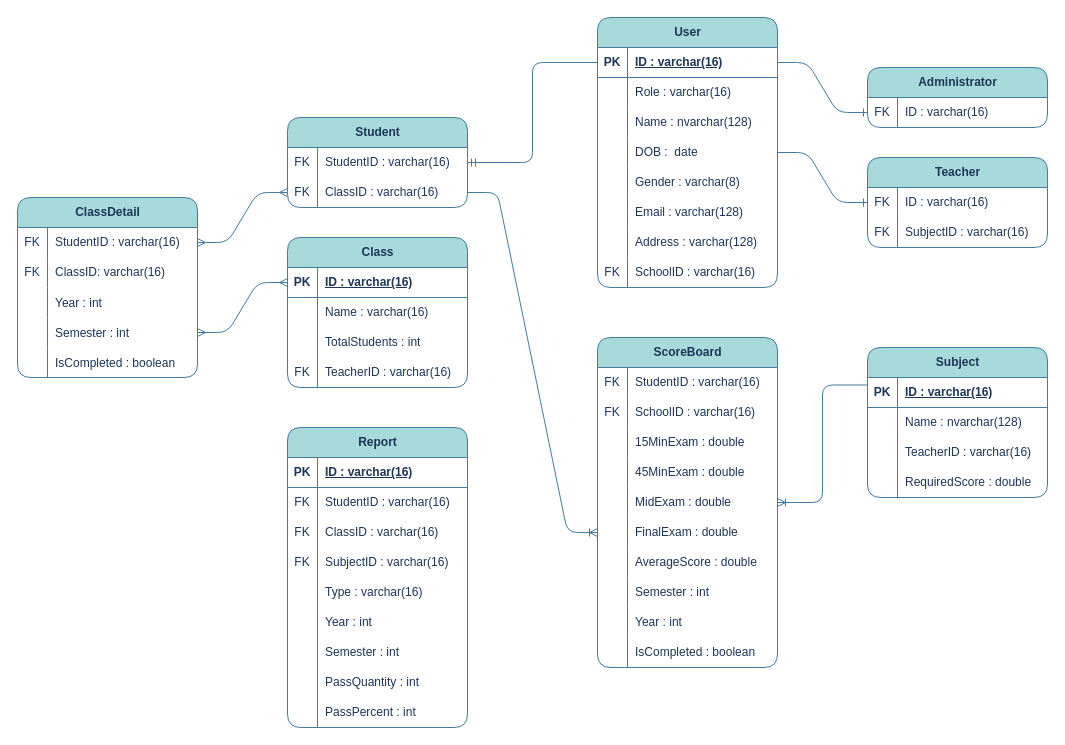
duongtanton/TKPM keeps this draw.io diagram as documentations/database_diagram.drawio. Above is the earlier version. Source tidied: cells renumbered, new cells numbered last; positions are measured from the earlier drawing's top-left corner, leaving out a move shared by most shapes. Both pictures are drawn from the tidied source at 100%, with x=0, y=0 at pixel (17, 17).
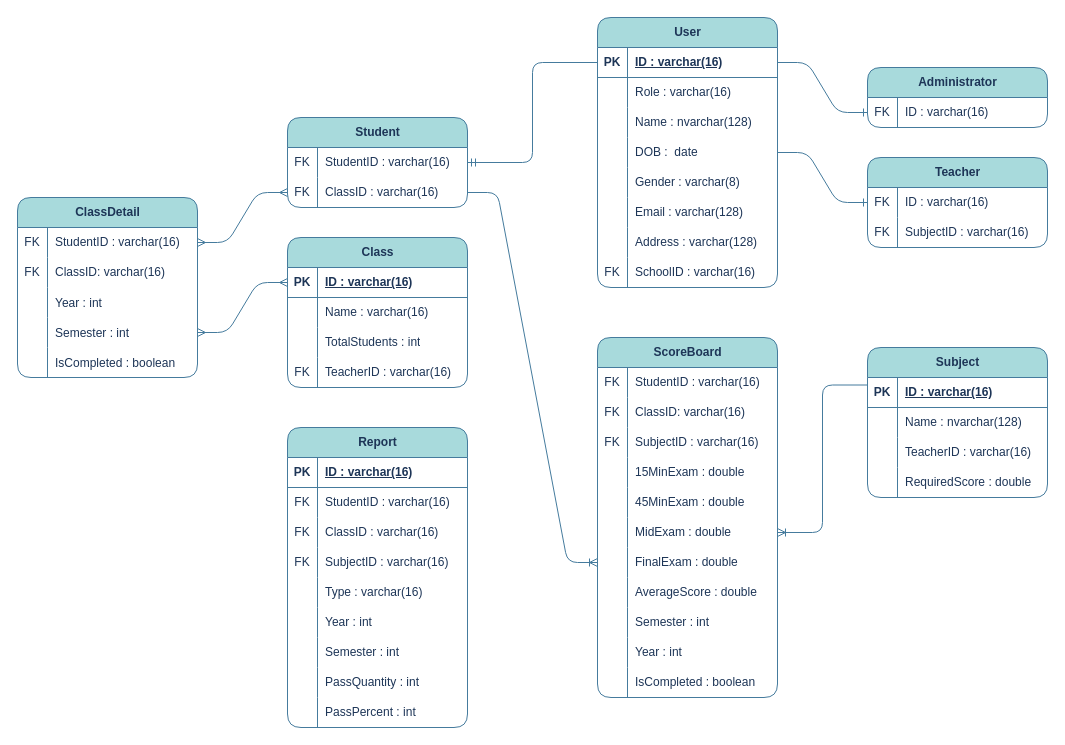
The same page after the edit.

Commit message:
update database diagram

Diff of the diagram source:
```diff
@@
     <mxCell id="27" value="ScoreBoard" style="shape=table;startSize=30;childLayout=tableLayout;rowLines=0;fontStyle=1;align=center;html=1;rounded=1;labelBackgroundColor=none;fillColor=#A8DADC;strokeColor=#457B9D;fontColor=#1D3557;" parent="1" vertex="1">
-      <mxGeometry x="580" y="320" width="180" height="330" as="geometry" />
+      <mxGeometry x="580" y="320" width="180" height="360" as="geometry" />
     </mxCell>
+    <mxCell id="153" style="shape=tableRow;horizontal=0;startSize=0;swimlaneHead=0;swimlaneBody=0;fillColor=none;top=0;left=0;right=0;bottom=0;rounded=1;labelBackgroundColor=none;strokeColor=#457B9D;fontColor=#1D3557;" parent="27" vertex="1">
+      <mxGeometry y="30" width="180" height="30" as="geometry" />
+    </mxCell>
+    <mxCell id="154" value="FK" style="shape=partialRectangle;fillColor=none;top=0;left=0;bottom=0;right=0;fontStyle=0;overflow=hidden;whiteSpace=wrap;html=1;rounded=1;labelBackgroundColor=none;strokeColor=#457B9D;fontColor=#1D3557;" parent="153" vertex="1">
+      <mxGeometry width="30" height="30" as="geometry" />
+    </mxCell>
+    <mxCell id="155" value="StudentID : varchar(16)" style="shape=partialRectangle;fillColor=none;top=0;left=0;bottom=0;right=0;align=left;spacingLeft=6;fontStyle=0;overflow=hidden;whiteSpace=wrap;html=1;rounded=1;labelBackgroundColor=none;strokeColor=#457B9D;fontColor=#1D3557;" parent="153" vertex="1">
+      <mxGeometry x="30" width="150" height="30" as="geometry" />
+    </mxCell>
     <mxCell id="28" style="shape=tableRow;horizontal=0;startSize=0;swimlaneHead=0;swimlaneBody=0;fillColor=none;top=0;left=0;right=0;bottom=0;rounded=1;labelBackgroundColor=none;strokeColor=#457B9D;fontColor=#1D3557;" parent="27" vertex="1">
-      <mxGeometry y="30" width="180" height="30" as="geometry" />
+      <mxGeometry y="60" width="180" height="30" as="geometry" />
     </mxCell>
@@
-    <mxCell id="30" value="StudentID : varchar(16)" style="shape=partialRectangle;fillColor=none;top=0;left=0;bottom=0;right=0;align=left;spacingLeft=6;fontStyle=0;overflow=hidden;whiteSpace=wrap;html=1;rounded=1;labelBackgroundColor=none;strokeColor=#457B9D;fontColor=#1D3557;" parent="28" vertex="1">
+    <mxCell id="30" value="ClassID: varchar(16)" style="shape=partialRectangle;fillColor=none;top=0;left=0;bottom=0;right=0;align=left;spacingLeft=6;fontStyle=0;overflow=hidden;whiteSpace=wrap;html=1;rounded=1;labelBackgroundColor=none;strokeColor=#457B9D;fontColor=#1D3557;" parent="28" vertex="1">
       <mxGeometry x="30" width="150" height="30" as="geometry" />
     </mxCell>
     <mxCell id="31" style="shape=tableRow;horizontal=0;startSize=0;swimlaneHead=0;swimlaneBody=0;fillColor=none;top=0;left=0;right=0;bottom=0;rounded=1;labelBackgroundColor=none;strokeColor=#457B9D;fontColor=#1D3557;" parent="27" vertex="1">
-      <mxGeometry y="60" width="180" height="30" as="geometry" />
+      <mxGeometry y="90" width="180" height="30" as="geometry" />
     </mxCell>
@@
-    <mxCell id="33" value="SchoolID : varchar(16)" style="shape=partialRectangle;fillColor=none;top=0;left=0;bottom=0;right=0;align=left;spacingLeft=6;fontStyle=0;overflow=hidden;whiteSpace=wrap;html=1;rounded=1;labelBackgroundColor=none;strokeColor=#457B9D;fontColor=#1D3557;" parent="31" vertex="1">
+    <mxCell id="33" value="SubjectID : varchar(16)" style="shape=partialRectangle;fillColor=none;top=0;left=0;bottom=0;right=0;align=left;spacingLeft=6;fontStyle=0;overflow=hidden;whiteSpace=wrap;html=1;rounded=1;labelBackgroundColor=none;strokeColor=#457B9D;fontColor=#1D3557;" parent="31" vertex="1">
       <mxGeometry x="30" width="150" height="30" as="geometry" />
     </mxCell>
     <mxCell id="34" style="shape=tableRow;horizontal=0;startSize=0;swimlaneHead=0;swimlaneBody=0;fillColor=none;top=0;left=0;right=0;bottom=0;rounded=1;labelBackgroundColor=none;strokeColor=#457B9D;fontColor=#1D3557;" parent="27" vertex="1">
-      <mxGeometry y="90" width="180" height="30" as="geometry" />
+      <mxGeometry y="120" width="180" height="30" as="geometry" />
     </mxCell>
@@
     <mxCell id="37" style="shape=tableRow;horizontal=0;startSize=0;swimlaneHead=0;swimlaneBody=0;fillColor=none;top=0;left=0;right=0;bottom=0;rounded=1;labelBackgroundColor=none;strokeColor=#457B9D;fontColor=#1D3557;" parent="27" vertex="1">
-      <mxGeometry y="120" width="180" height="30" as="geometry" />
+      <mxGeometry y="150" width="180" height="30" as="geometry" />
     </mxCell>
@@
     <mxCell id="40" style="shape=tableRow;horizontal=0;startSize=0;swimlaneHead=0;swimlaneBody=0;fillColor=none;points=[[0,0.5],[1,0.5]];portConstraint=eastwest;top=0;left=0;right=0;bottom=0;rounded=1;labelBackgroundColor=none;strokeColor=#457B9D;fontColor=#1D3557;" parent="27" vertex="1">
-      <mxGeometry y="150" width="180" height="30" as="geometry" />
+      <mxGeometry y="180" width="180" height="30" as="geometry" />
     </mxCell>
@@
     <mxCell id="43" style="shape=tableRow;horizontal=0;startSize=0;swimlaneHead=0;swimlaneBody=0;fillColor=none;points=[[0,0.5],[1,0.5]];portConstraint=eastwest;top=0;left=0;right=0;bottom=0;rounded=1;labelBackgroundColor=none;strokeColor=#457B9D;fontColor=#1D3557;" parent="27" vertex="1">
-      <mxGeometry y="180" width="180" height="30" as="geometry" />
+      <mxGeometry y="210" width="180" height="30" as="geometry" />
     </mxCell>
@@
     <mxCell id="46" style="shape=tableRow;horizontal=0;startSize=0;swimlaneHead=0;swimlaneBody=0;fillColor=none;top=0;left=0;right=0;bottom=0;rounded=1;labelBackgroundColor=none;strokeColor=#457B9D;fontColor=#1D3557;" parent="27" vertex="1">
-      <mxGeometry y="210" width="180" height="30" as="geometry" />
+      <mxGeometry y="240" width="180" height="30" as="geometry" />
     </mxCell>
@@
     <mxCell id="49" style="shape=tableRow;horizontal=0;startSize=0;swimlaneHead=0;swimlaneBody=0;fillColor=none;top=0;left=0;right=0;bottom=0;rounded=1;labelBackgroundColor=none;strokeColor=#457B9D;fontColor=#1D3557;" parent="27" vertex="1">
-      <mxGeometry y="240" width="180" height="30" as="geometry" />
+      <mxGeometry y="270" width="180" height="30" as="geometry" />
     </mxCell>
@@
     <mxCell id="52" style="shape=tableRow;horizontal=0;startSize=0;swimlaneHead=0;swimlaneBody=0;fillColor=none;top=0;left=0;right=0;bottom=0;rounded=1;labelBackgroundColor=none;strokeColor=#457B9D;fontColor=#1D3557;" parent="27" vertex="1">
-      <mxGeometry y="270" width="180" height="30" as="geometry" />
+      <mxGeometry y="300" width="180" height="30" as="geometry" />
     </mxCell>
@@
     <mxCell id="55" style="shape=tableRow;horizontal=0;startSize=0;swimlaneHead=0;swimlaneBody=0;fillColor=none;top=0;left=0;right=0;bottom=0;rounded=1;labelBackgroundColor=none;strokeColor=#457B9D;fontColor=#1D3557;" parent="27" vertex="1">
-      <mxGeometry y="300" width="180" height="30" as="geometry" />
+      <mxGeometry y="330" width="180" height="30" as="geometry" />
     </mxCell>
```
